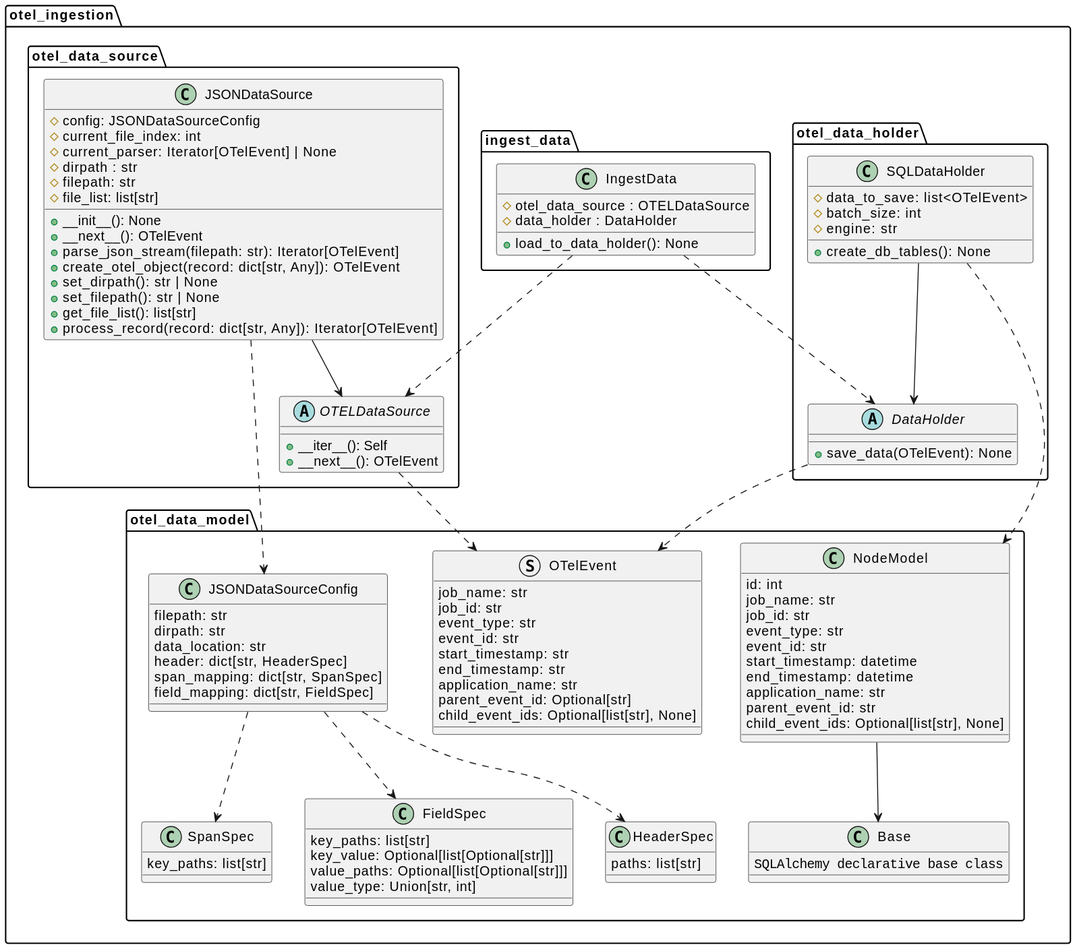
This is docs/development/design/3-DN-Retrieving_unique_graphs_from_Otel_data/class_diagrams.svg from xtuml/otel2puml, a PlantUML export, as it was before one commit.
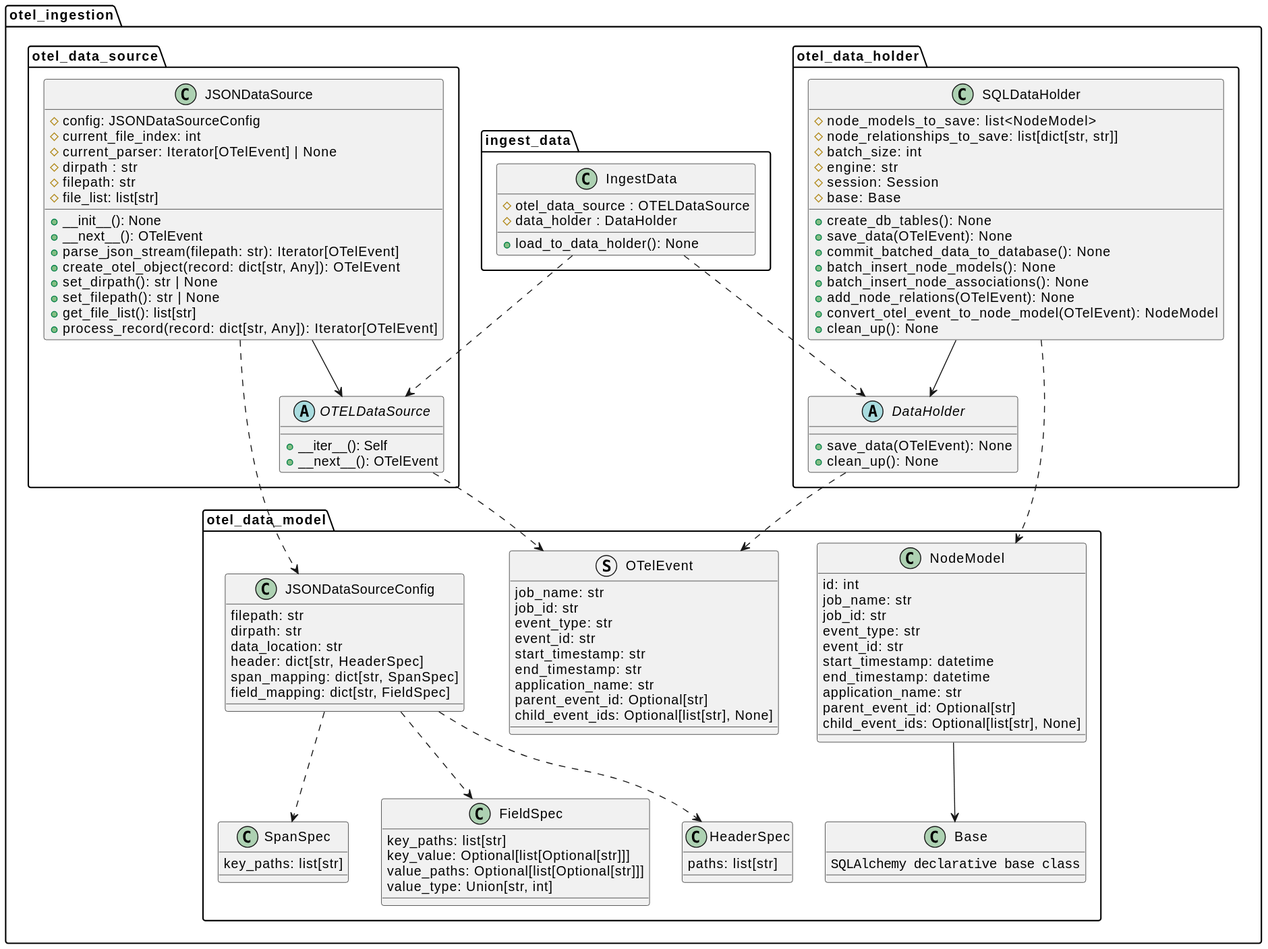
The same file after the commit.

Commit message:
Update design note and class diagrams

Diff of the diagram source:
```diff
@@ -34,10 +34,20 @@
 }
 
 class otel_ingestion.otel_data_holder.SQLDataHolder {
-    #data_to_save: list<OTelEvent>
+    #node_models_to_save: list<NodeModel>
+    #node_relationships_to_save: list[dict[str, str]]
     #batch_size: int
     #engine: str
+    #session: Session
+    #base: Base
     +create_db_tables(): None
+    +save_data(OTelEvent): None
+    +commit_batched_data_to_database(): None
+    +batch_insert_node_models(): None
+    +batch_insert_node_associations(): None
+    +add_node_relations(OTelEvent): None
+    +convert_otel_event_to_node_model(OTelEvent): NodeModel
+    +clean_up(): None
 }
 
 class otel_ingestion.otel_data_model.NodeModel {
@@ -49,7 +59,7 @@
     start_timestamp: datetime
     end_timestamp: datetime
     application_name: str
-    parent_event_id: str
+    parent_event_id: Optional[str]
     child_event_ids: Optional[list[str], None]
 }
 
@@ -59,6 +69,7 @@
 
 abstract class otel_ingestion.otel_data_holder.DataHolder {
     +save_data(OTelEvent): None
+    +clean_up(): None
 }
 
 class otel_ingestion.ingest_data.IngestData {
```
